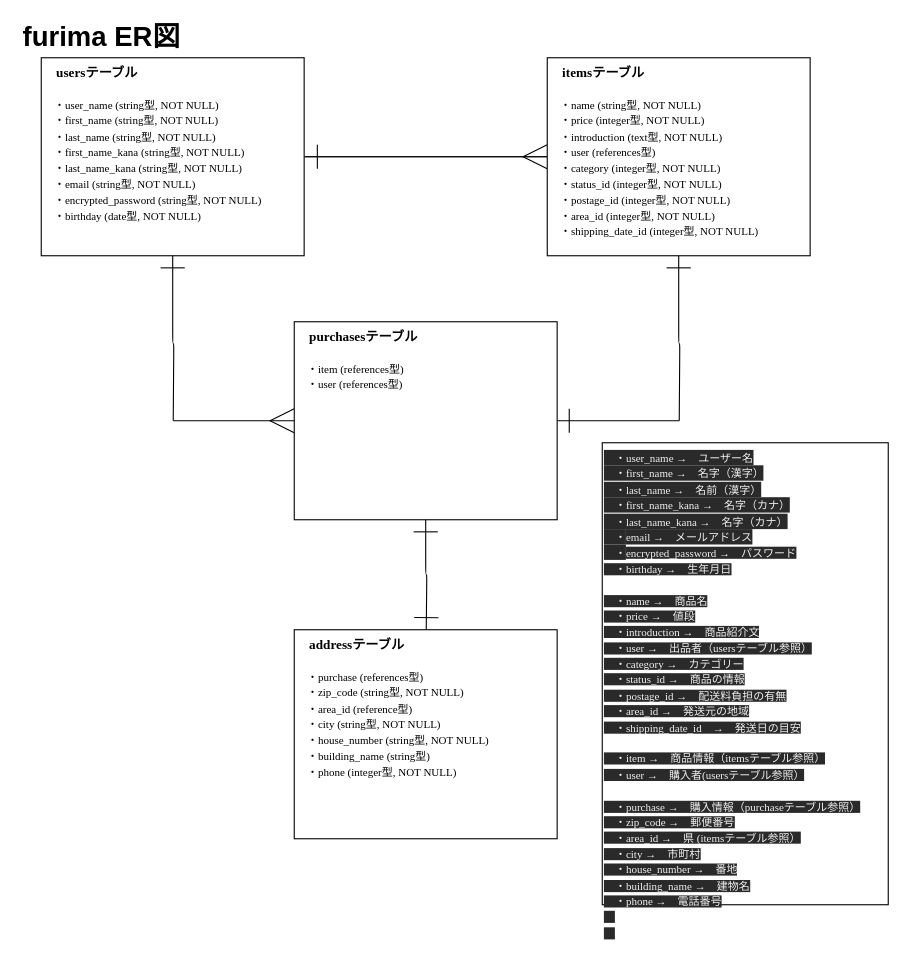
Before: er.dio in yoshidanoryota/furima-36392, a draw.io diagram. Source tidied: cells renumbered, new cells numbered last; positions are measured from the earlier drawing's top-left corner, leaving out a move shared by most shapes. Both pictures are drawn from the tidied source at 110%, with x=0, y=0 at pixel (19, 24).
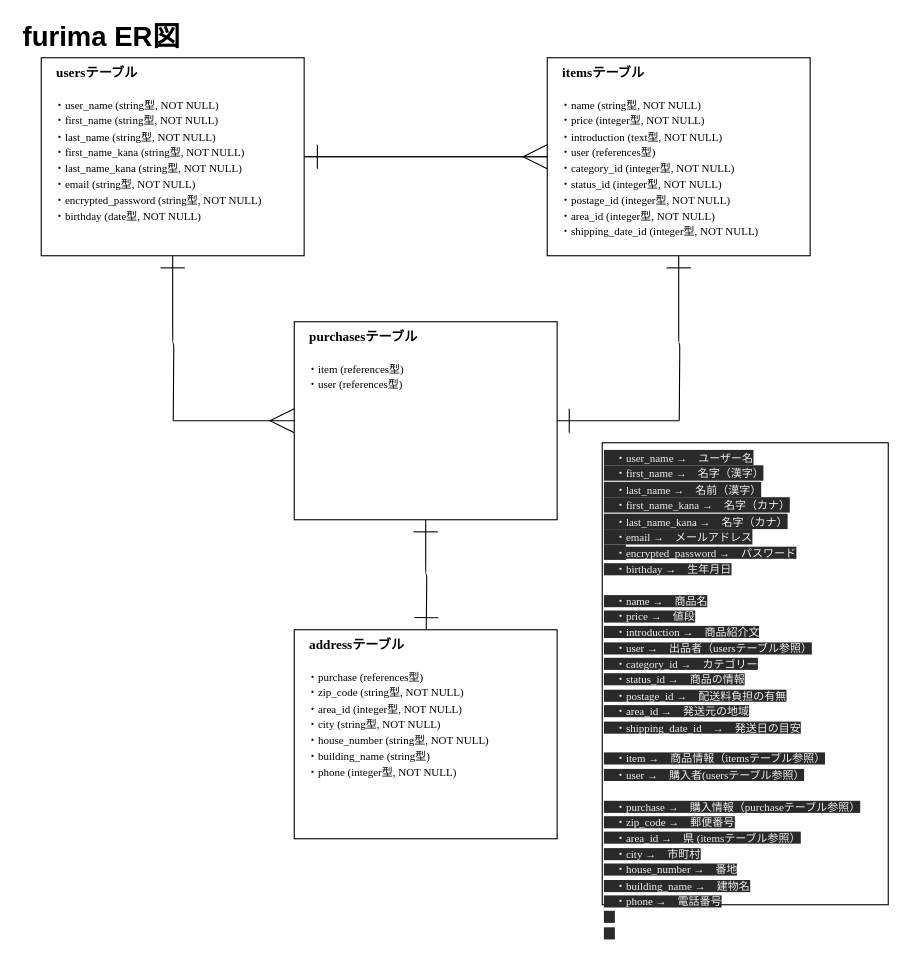
The same diagram, later.

Commit message (it also covers changes not shown here):
データベース修正②

Diff of the diagram source:
```diff
@@
 <mxGraphModel>
   <root>
     <mxCell id="0" />
     <mxCell id="1" parent="0" />
     <mxCell id="2" style="edgeStyle=orthogonalEdgeStyle;rounded=1;sketch=0;jettySize=auto;html=1;exitX=1;exitY=0.5;exitDx=0;exitDy=0;entryX=0;entryY=0.5;entryDx=0;entryDy=0;endSize=20;endArrow=ERmany;endFill=0;curved=1;" parent="1" edge="1" source="4" target="7">
       <mxGeometry relative="1" as="geometry" />
     </mxCell>
     <mxCell id="3" style="edgeStyle=orthogonalEdgeStyle;curved=0;rounded=1;sketch=0;jettySize=auto;html=1;exitX=0.5;exitY=1;exitDx=0;exitDy=0;endArrow=none;endFill=0;endSize=6;startSize=20;startArrow=ERone;startFill=0;" parent="1" edge="1" source="4">
       <mxGeometry relative="1" as="geometry">
         <mxPoint x="140" y="360" as="targetPoint" />
       </mxGeometry>
     </mxCell>
     <mxCell id="4" value="&lt;font&gt;　&lt;font style=&quot;font-weight: bold ; font-size: 12px&quot;&gt;usersテーブル&lt;br&gt;&lt;/font&gt;&lt;font style=&quot;font-size: 10px&quot;&gt;　&lt;br&gt;　・user_name (string型, NOT NULL)&lt;br&gt;　・first_name (string型, NOT NULL)&lt;br&gt;　・last_name (string型, NOT NULL)&lt;br&gt;　・first_name_kana (string型, NOT NULL)&lt;br&gt;　・last_name_kana (string型, NOT NULL)&lt;br&gt;　・&lt;/font&gt;&lt;/font&gt;&lt;font&gt;&lt;font style=&quot;font-size: 10px&quot;&gt;&lt;font style=&quot;font-size: 10px&quot;&gt;email (string型, NOT NULL)&lt;br&gt;&lt;/font&gt;　・&lt;/font&gt;&lt;/font&gt;&lt;font style=&quot;font-size: 10px&quot;&gt;encrypted_password (string型, NOT NULL)&lt;br&gt;　・birthday (date型, NOT NULL)&lt;br&gt;　&lt;br&gt;&lt;/font&gt;" style="rounded=0;whiteSpace=wrap;html=1;verticalAlign=top;align=left;fontFamily=Garamond;" parent="1" vertex="1">
       <mxGeometry x="20" y="30" width="239" height="180" as="geometry" />
     </mxCell>
     <mxCell id="5" style="edgeStyle=orthogonalEdgeStyle;rounded=1;sketch=0;jettySize=auto;html=1;exitX=0;exitY=0.5;exitDx=0;exitDy=0;endSize=20;endArrow=ERone;endFill=0;curved=1;" parent="1" edge="1" source="7">
       <mxGeometry relative="1" as="geometry">
         <mxPoint x="260" y="120" as="targetPoint" />
       </mxGeometry>
     </mxCell>
     <mxCell id="6" style="edgeStyle=orthogonalEdgeStyle;curved=0;rounded=1;sketch=0;jettySize=auto;html=1;exitX=0.5;exitY=1;exitDx=0;exitDy=0;endArrow=none;endFill=0;startSize=20;startArrow=ERone;startFill=0;" parent="1" edge="1" source="7">
       <mxGeometry relative="1" as="geometry">
         <mxPoint x="600" y="360" as="targetPoint" />
       </mxGeometry>
     </mxCell>
-    <mxCell id="7" value="&lt;font&gt;　&lt;b&gt;items&lt;/b&gt;&lt;font style=&quot;font-size: 12px&quot;&gt;&lt;b&gt;テーブル&lt;/b&gt;&lt;br&gt;&lt;/font&gt;&lt;font style=&quot;font-size: 10px&quot;&gt;　&lt;br&gt;　・name (string型, NOT NULL)&lt;br&gt;　・price (integer型, NOT NULL)&lt;br&gt;　・introduction (text型, NOT NULL)&lt;br&gt;　・user (references型)&lt;br&gt;　・category&lt;/font&gt;&lt;/font&gt;&lt;font&gt;&lt;font style=&quot;font-size: 10px&quot;&gt;&lt;font style=&quot;font-size: 10px&quot;&gt;&amp;nbsp;(integer型, NOT NULL)&lt;br&gt;&lt;/font&gt;　・status_id&lt;/font&gt;&lt;/font&gt;&lt;font style=&quot;font-size: 10px&quot;&gt;&amp;nbsp;(integer型, NOT NULL)&lt;br&gt;　・postage_id (integer型, NOT NULL)&lt;br&gt;　・area_id (integer型, NOT NULL)&lt;br&gt;　・shipping_date_id (integer型, NOT NULL)&lt;br&gt;　&lt;br&gt;　&lt;br&gt;　&lt;br&gt;&lt;/font&gt;" style="rounded=0;whiteSpace=wrap;html=1;verticalAlign=top;align=left;fontFamily=Garamond;" parent="1" vertex="1">
+    <mxCell id="7" value="&lt;font&gt;　&lt;b&gt;items&lt;/b&gt;&lt;font style=&quot;font-size: 12px&quot;&gt;&lt;b&gt;テーブル&lt;/b&gt;&lt;br&gt;&lt;/font&gt;&lt;font style=&quot;font-size: 10px&quot;&gt;　&lt;br&gt;　・name (string型, NOT NULL)&lt;br&gt;　・price (integer型, NOT NULL)&lt;br&gt;　・introduction (text型, NOT NULL)&lt;br&gt;　・user (references型)&lt;br&gt;　・category_id&lt;/font&gt;&lt;/font&gt;&lt;font&gt;&lt;font style=&quot;font-size: 10px&quot;&gt;&lt;font style=&quot;font-size: 10px&quot;&gt;&amp;nbsp;(integer型, NOT NULL)&lt;br&gt;&lt;/font&gt;　・status_id&lt;/font&gt;&lt;/font&gt;&lt;font style=&quot;font-size: 10px&quot;&gt;&amp;nbsp;(integer型, NOT NULL)&lt;br&gt;　・postage_id (integer型, NOT NULL)&lt;br&gt;　・area_id (integer型, NOT NULL)&lt;br&gt;　・shipping_date_id (integer型, NOT NULL)&lt;br&gt;　&lt;br&gt;　&lt;br&gt;　&lt;br&gt;&lt;/font&gt;" style="rounded=0;whiteSpace=wrap;html=1;verticalAlign=top;align=left;fontFamily=Garamond;" parent="1" vertex="1">
       <mxGeometry x="480" y="30" width="239" height="180" as="geometry" />
     </mxCell>
     <mxCell id="8" style="edgeStyle=orthogonalEdgeStyle;curved=0;rounded=1;sketch=0;jettySize=auto;html=1;endArrow=none;endFill=0;startSize=20;endSize=20;startArrow=ERmany;startFill=0;" parent="1" edge="1" source="11">
       <mxGeometry relative="1" as="geometry">
         <mxPoint x="140" y="360" as="targetPoint" />
       </mxGeometry>
     </mxCell>
     <mxCell id="9" style="edgeStyle=orthogonalEdgeStyle;curved=0;rounded=1;sketch=0;jettySize=auto;html=1;exitX=1;exitY=0.5;exitDx=0;exitDy=0;startArrow=ERone;startFill=0;endArrow=none;endFill=0;startSize=20;" parent="1" edge="1" source="11">
       <mxGeometry relative="1" as="geometry">
         <mxPoint x="600" y="360" as="targetPoint" />
       </mxGeometry>
     </mxCell>
     <mxCell id="10" style="edgeStyle=orthogonalEdgeStyle;curved=0;rounded=1;sketch=0;jettySize=auto;html=1;exitX=0.5;exitY=1;exitDx=0;exitDy=0;startArrow=ERone;startFill=0;endArrow=ERone;endFill=0;startSize=20;endSize=20;" parent="1" edge="1" source="11">
       <mxGeometry relative="1" as="geometry">
         <mxPoint x="370" y="550" as="targetPoint" />
       </mxGeometry>
     </mxCell>
     <mxCell id="11" value="&lt;font&gt;　&lt;b&gt;purchases&lt;/b&gt;&lt;font style=&quot;font-size: 12px&quot;&gt;&lt;b&gt;テーブル&lt;/b&gt;&lt;br&gt;&lt;/font&gt;&lt;font style=&quot;font-size: 10px&quot;&gt;　&lt;/font&gt;&lt;/font&gt;&lt;font&gt;&lt;font style=&quot;font-size: 10px&quot;&gt;&lt;font style=&quot;font-size: 10px&quot;&gt;&lt;br&gt;&lt;/font&gt;　&lt;/font&gt;&lt;/font&gt;&lt;font style=&quot;font-size: 10px&quot;&gt;・item (references型)&lt;br&gt;　・user (references型)&lt;br&gt;　&lt;br&gt;　&lt;br&gt;&lt;/font&gt;" style="rounded=0;whiteSpace=wrap;html=1;verticalAlign=top;align=left;fontFamily=Garamond;" parent="1" vertex="1">
       <mxGeometry x="250" y="270" width="239" height="180" as="geometry" />
     </mxCell>
-    <mxCell id="12" value="&lt;font&gt;　&lt;b&gt;&lt;font style=&quot;font-size: 12px&quot;&gt;address&lt;/font&gt;&lt;/b&gt;&lt;font style=&quot;font-size: 12px&quot;&gt;&lt;b&gt;テーブル&lt;/b&gt;&lt;br&gt;&lt;/font&gt;&lt;font style=&quot;font-size: 10px&quot;&gt;　&lt;/font&gt;&lt;/font&gt;&lt;font&gt;&lt;font style=&quot;font-size: 10px&quot;&gt;&lt;font style=&quot;font-size: 10px&quot;&gt;&lt;br&gt;&lt;/font&gt;　&lt;/font&gt;&lt;/font&gt;&lt;font style=&quot;font-size: 10px&quot;&gt;・purchase (references型)&lt;br&gt;　・zip_code (string型, NOT NULL)&lt;br&gt;　・area_id (reference型)&lt;br&gt;　・city (string型, NOT NULL)&lt;br&gt;　・house_number (string型, NOT NULL)&lt;br&gt;　・building_name (string型)&lt;br&gt;　・phone (integer型, NOT NULL)&lt;br&gt;&lt;/font&gt;" style="rounded=0;whiteSpace=wrap;html=1;verticalAlign=top;align=left;fontFamily=Garamond;" parent="1" vertex="1">
+    <mxCell id="12" value="&lt;font&gt;　&lt;b&gt;&lt;font style=&quot;font-size: 12px&quot;&gt;address&lt;/font&gt;&lt;/b&gt;&lt;font style=&quot;font-size: 12px&quot;&gt;&lt;b&gt;テーブル&lt;/b&gt;&lt;br&gt;&lt;/font&gt;&lt;font style=&quot;font-size: 10px&quot;&gt;　&lt;/font&gt;&lt;/font&gt;&lt;font&gt;&lt;font style=&quot;font-size: 10px&quot;&gt;&lt;font style=&quot;font-size: 10px&quot;&gt;&lt;br&gt;&lt;/font&gt;　&lt;/font&gt;&lt;/font&gt;&lt;font style=&quot;font-size: 10px&quot;&gt;・purchase (references型)&lt;br&gt;　・zip_code (string型, NOT NULL)&lt;br&gt;　・area_id (integer型, NOT NULL)&lt;br&gt;　・city (string型, NOT NULL)&lt;br&gt;　・house_number (string型, NOT NULL)&lt;br&gt;　・building_name (string型)&lt;br&gt;　・phone (integer型, NOT NULL)&lt;br&gt;&lt;/font&gt;" style="rounded=0;whiteSpace=wrap;html=1;verticalAlign=top;align=left;fontFamily=Garamond;" parent="1" vertex="1">
       <mxGeometry x="250" y="550" width="239" height="190" as="geometry" />
     </mxCell>
-    <mxCell id="13" value="&lt;font style=&quot;color: rgb(240 , 240 , 240) ; font-family: &amp;#34;garamond&amp;#34; ; font-size: 12px ; font-style: normal ; font-weight: 400 ; letter-spacing: normal ; text-align: left ; text-indent: 0px ; text-transform: none ; word-spacing: 0px ; background-color: rgb(42 , 42 , 42)&quot;&gt;&lt;font style=&quot;font-size: 10px&quot;&gt;　・user_name →　ユーザー名&lt;br&gt;　・first_name →　名字（漢字）&lt;br&gt;　・last_name →　名前（漢字）&lt;br&gt;　・first_name_kana →　名字（カナ）&lt;br&gt;　・last_name_kana →　名字（カナ）&lt;br&gt;　・&lt;/font&gt;&lt;/font&gt;&lt;font style=&quot;color: rgb(240 , 240 , 240) ; font-family: &amp;#34;garamond&amp;#34; ; font-size: 12px ; font-style: normal ; font-weight: 400 ; letter-spacing: normal ; text-align: left ; text-indent: 0px ; text-transform: none ; word-spacing: 0px ; background-color: rgb(42 , 42 , 42)&quot;&gt;&lt;font style=&quot;font-size: 10px&quot;&gt;&lt;font style=&quot;font-size: 10px&quot;&gt;email →　メールアドレス&lt;br&gt;&lt;/font&gt;　・&lt;/font&gt;&lt;/font&gt;&lt;font style=&quot;color: rgb(240 , 240 , 240) ; font-family: &amp;#34;garamond&amp;#34; ; font-style: normal ; font-weight: 400 ; letter-spacing: normal ; text-align: left ; text-indent: 0px ; text-transform: none ; word-spacing: 0px ; background-color: rgb(42 , 42 , 42) ; font-size: 10px&quot;&gt;encrypted_password →　パスワード&lt;br&gt;　・birthday →　生年月日&lt;br&gt;&lt;br&gt;&lt;font style=&quot;font-family: &amp;#34;garamond&amp;#34; ; font-size: 12px&quot;&gt;&lt;font style=&quot;font-size: 10px&quot;&gt;　・name →　商品名&lt;br&gt;　・price →　値段&lt;br&gt;　・introduction →　商品紹介文&lt;br&gt;　・user →　出品者（usersテーブル参照）&lt;br&gt;　・category&lt;/font&gt;&lt;/font&gt;&lt;font style=&quot;font-family: &amp;#34;garamond&amp;#34; ; font-size: 12px&quot;&gt;&lt;font style=&quot;font-size: 10px&quot;&gt;&amp;nbsp;→　カテゴリー&lt;br&gt;　・status_id&lt;/font&gt;&lt;/font&gt;&lt;font style=&quot;font-family: &amp;#34;garamond&amp;#34;&quot;&gt;&amp;nbsp;→　商品の情報&lt;br&gt;　・postage_id →　配送料負担の有無&lt;br&gt;　・area_id →　発送元の地域&lt;br&gt;　・shipping_date_id　→　発送日の目安&lt;br&gt;&lt;br&gt;　&lt;font style=&quot;font-family: &amp;#34;garamond&amp;#34;&quot;&gt;・item →　商品情報（itemsテーブル参照）&lt;br&gt;　・user →　購入者(usersテーブル参照）&lt;br&gt;&lt;br&gt;&lt;/font&gt;　&lt;font style=&quot;font-family: &amp;#34;garamond&amp;#34;&quot;&gt;・purchase →　購入情報（purchaseテーブル参照）&lt;br&gt;　・zip_code →　郵便番号&lt;br&gt;　・area_id →　県 (itemsテーブル参照）&lt;br&gt;　・city →　市町村&lt;br&gt;　・house_number →　番地&lt;br&gt;　・building_name →　建物名&lt;br&gt;　・phone →　電話番号&lt;/font&gt;&lt;br&gt;　&lt;br&gt;　&lt;/font&gt;&lt;br&gt;&lt;/font&gt;" style="rounded=0;whiteSpace=wrap;html=1;verticalAlign=top;align=left;fontFamily=Garamond;" parent="1" vertex="1">
+    <mxCell id="13" value="&lt;font style=&quot;color: rgb(240 , 240 , 240) ; font-family: &amp;#34;garamond&amp;#34; ; font-size: 12px ; font-style: normal ; font-weight: 400 ; letter-spacing: normal ; text-align: left ; text-indent: 0px ; text-transform: none ; word-spacing: 0px ; background-color: rgb(42 , 42 , 42)&quot;&gt;&lt;font style=&quot;font-size: 10px&quot;&gt;　・user_name →　ユーザー名&lt;br&gt;　・first_name →　名字（漢字）&lt;br&gt;　・last_name →　名前（漢字）&lt;br&gt;　・first_name_kana →　名字（カナ）&lt;br&gt;　・last_name_kana →　名字（カナ）&lt;br&gt;　・&lt;/font&gt;&lt;/font&gt;&lt;font style=&quot;color: rgb(240 , 240 , 240) ; font-family: &amp;#34;garamond&amp;#34; ; font-size: 12px ; font-style: normal ; font-weight: 400 ; letter-spacing: normal ; text-align: left ; text-indent: 0px ; text-transform: none ; word-spacing: 0px ; background-color: rgb(42 , 42 , 42)&quot;&gt;&lt;font style=&quot;font-size: 10px&quot;&gt;&lt;font style=&quot;font-size: 10px&quot;&gt;email →　メールアドレス&lt;br&gt;&lt;/font&gt;　・&lt;/font&gt;&lt;/font&gt;&lt;font style=&quot;color: rgb(240 , 240 , 240) ; font-family: &amp;#34;garamond&amp;#34; ; font-style: normal ; font-weight: 400 ; letter-spacing: normal ; text-align: left ; text-indent: 0px ; text-transform: none ; word-spacing: 0px ; background-color: rgb(42 , 42 , 42) ; font-size: 10px&quot;&gt;encrypted_password →　パスワード&lt;br&gt;　・birthday →　生年月日&lt;br&gt;&lt;br&gt;&lt;font style=&quot;font-family: &amp;#34;garamond&amp;#34; ; font-size: 12px&quot;&gt;&lt;font style=&quot;font-size: 10px&quot;&gt;　・name →　商品名&lt;br&gt;　・price →　値段&lt;br&gt;　・introduction →　商品紹介文&lt;br&gt;　・user →　出品者（usersテーブル参照）&lt;br&gt;　・category_id&lt;/font&gt;&lt;/font&gt;&lt;font style=&quot;font-family: &amp;#34;garamond&amp;#34; ; font-size: 12px&quot;&gt;&lt;font style=&quot;font-size: 10px&quot;&gt;&amp;nbsp;→　カテゴリー&lt;br&gt;　・status_id&lt;/font&gt;&lt;/font&gt;&lt;font style=&quot;font-family: &amp;#34;garamond&amp;#34;&quot;&gt;&amp;nbsp;→　商品の情報&lt;br&gt;　・postage_id →　配送料負担の有無&lt;br&gt;　・area_id →　発送元の地域&lt;br&gt;　・shipping_date_id　→　発送日の目安&lt;br&gt;&lt;br&gt;　&lt;font style=&quot;font-family: &amp;#34;garamond&amp;#34;&quot;&gt;・item →　商品情報（itemsテーブル参照）&lt;br&gt;　・user →　購入者(usersテーブル参照）&lt;br&gt;&lt;br&gt;&lt;/font&gt;　&lt;font style=&quot;font-family: &amp;#34;garamond&amp;#34;&quot;&gt;・purchase →　購入情報（purchaseテーブル参照）&lt;br&gt;　・zip_code →　郵便番号&lt;br&gt;　・area_id →　県 (itemsテーブル参照）&lt;br&gt;　・city →　市町村&lt;br&gt;　・house_number →　番地&lt;br&gt;　・building_name →　建物名&lt;br&gt;　・phone →　電話番号&lt;/font&gt;&lt;br&gt;　&lt;br&gt;　&lt;/font&gt;&lt;br&gt;&lt;/font&gt;" style="rounded=0;whiteSpace=wrap;html=1;verticalAlign=top;align=left;fontFamily=Garamond;" parent="1" vertex="1">
       <mxGeometry x="530" y="380" width="260" height="420" as="geometry" />
     </mxCell>
     <mxCell id="14" value="furima ER図" style="text;html=1;strokeColor=none;fillColor=none;align=center;verticalAlign=middle;whiteSpace=wrap;rounded=0;sketch=0;fontStyle=1;fontSize=25;" parent="1" vertex="1">
       <mxGeometry width="150" height="20" as="geometry" />
     </mxCell>
   </root>
 </mxGraphModel>
```
